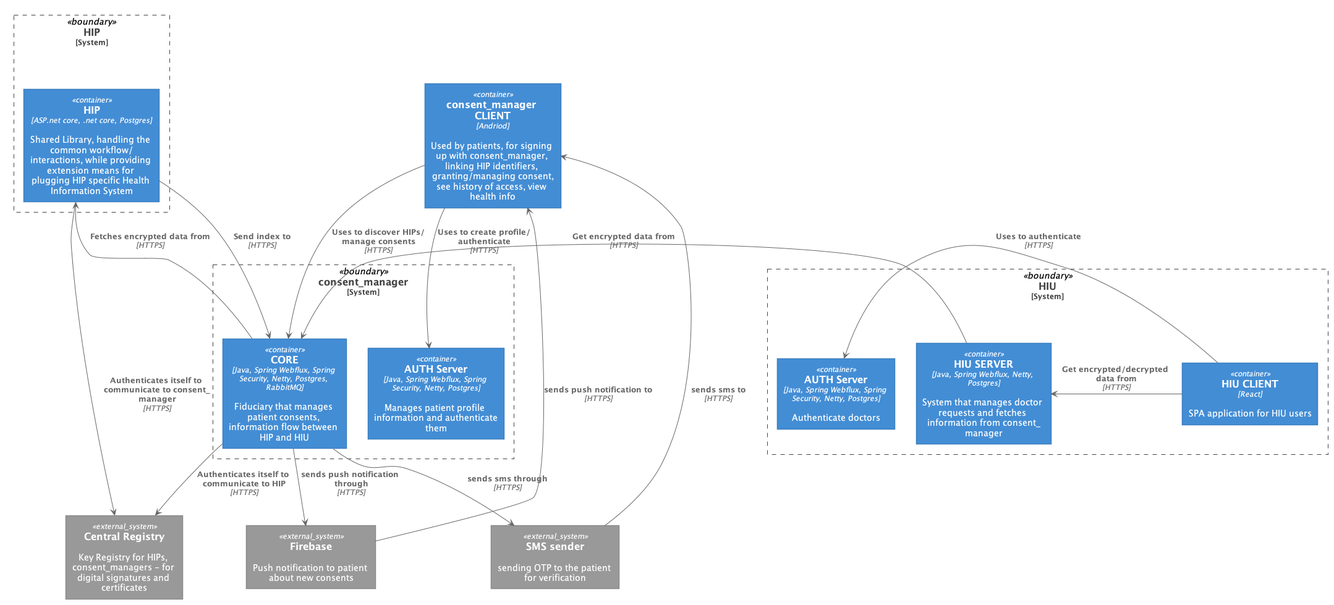
ProjectEKA/consent-manager keeps this PlantUML diagram as docs/diagrams/architecture.png. Above is the earlier version.
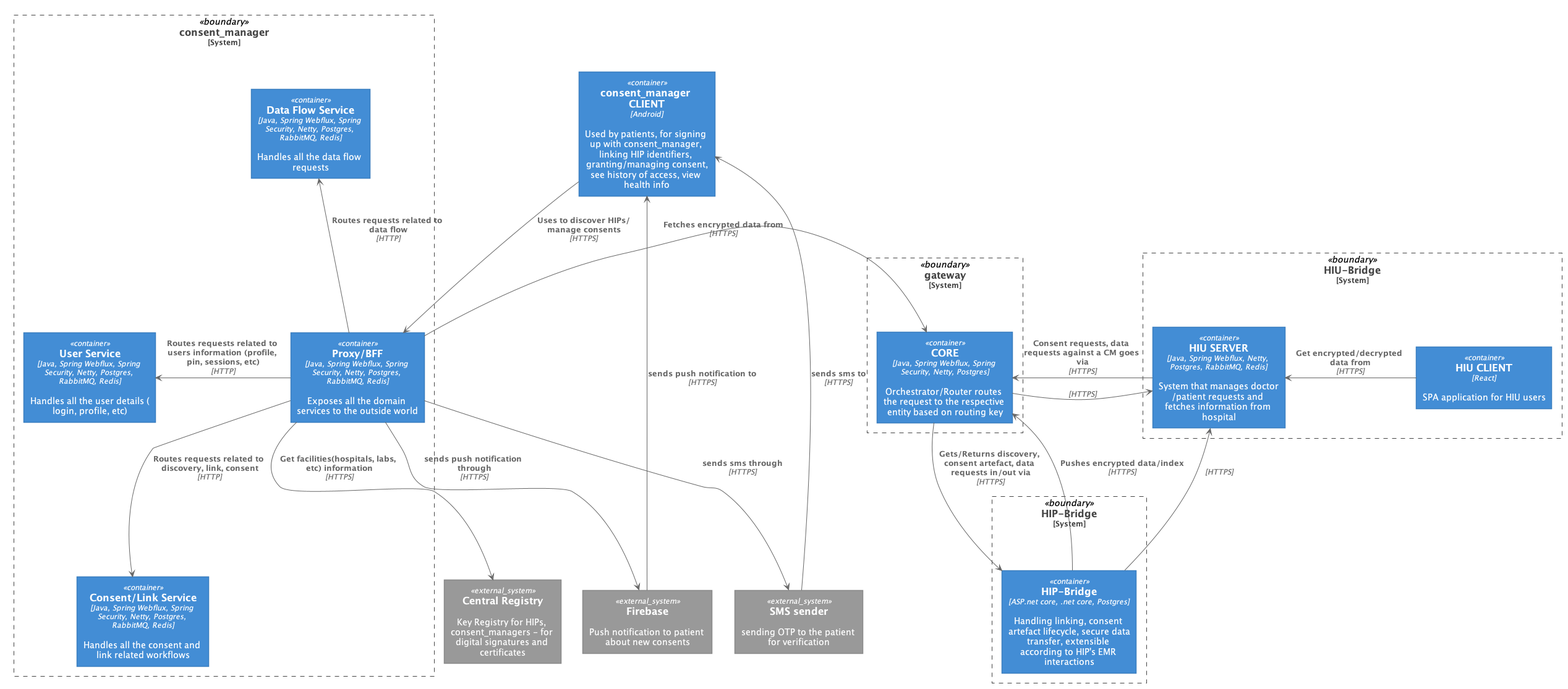
The same file after the commit.

Change to the diagram source:
```diff
@@ -137,20 +137,25 @@
 
 top to bottom direction
 
-rectangle "==consent_manager CLIENT\n//<size:12>[Andriod]</size>//\n\n Used by patients, for signing up with consent_manager, linking HIP identifiers, granting/managing consent, see history of access, view health info" <<container>> as consent_manager_client
+rectangle "==consent_manager CLIENT\n//<size:12>[Android]</size>//\n\n Used by patients, for signing up with consent_manager, linking HIP identifiers, granting/managing consent, see history of access, view health info" <<container>> as consent_manager_client
 
 rectangle "==consent_manager\n<size:12>[System]</size>" <<boundary>> as c1 {
-    rectangle "==AUTH Server\n//<size:12>[Java, Spring Webflux, Spring Security, Netty, Postgres]</size>//\n\n Manages patient profile information and authenticate them" <<container>> as consent_manager_auth
-    rectangle "==CORE\n//<size:12>[Java, Spring Webflux, Spring Security, Netty, Postgres, RabbitMQ]</size>//\n\n Fiduciary that manages patient consents, information flow between HIP and HIU" <<container>> as consent_manager_core
+    rectangle "==Proxy/BFF\n//<size:12>[Java, Spring Webflux, Spring Security, Netty, Postgres, RabbitMQ, Redis]</size>//\n\n Exposes all the domain services to the outside world" <<container>> as consent_manager_proxy
+    rectangle "==Consent/Link Service\n//<size:12>[Java, Spring Webflux, Spring Security, Netty, Postgres, RabbitMQ, Redis]</size>//\n\n Handles all the consent and link related workflows" <<container>> as consent_manager_consent
+    rectangle "==User Service\n//<size:12>[Java, Spring Webflux, Spring Security, Netty, Postgres, RabbitMQ, Redis]</size>//\n\n Handles all the user details (login, profile, etc)" <<container>> as consent_manager_user
+    rectangle "==Data Flow Service\n//<size:12>[Java, Spring Webflux, Spring Security, Netty, Postgres, RabbitMQ, Redis]</size>//\n\n Handles all the data flow requests" <<container>> as consent_manager_data_flow
 }
 
-rectangle "==HIP\n<size:12>[System]</size>" <<boundary>> as c2 {
-    rectangle "==HIP\n//<size:12>[ASP.net core, .net core, Postgres]</size>//\n\n Shared Library, handling the common workflow/interactions, while providing extension means for plugging HIP specific Health Information System" <<container>> as hip
+rectangle "==gateway\n<size:12>[System]</size>" <<boundary>> as c2 {
+    rectangle "==CORE\n//<size:12>[Java, Spring Webflux, Spring Security, Netty, Postgres]</size>//\n\n Orchestrator/Router routes the request to the respective entity based on routing key" <<container>> as gateway_core
 }
 
-rectangle "==HIU\n<size:12>[System]</size>" <<boundary>> as c3 {
-    rectangle "==AUTH Server\n//<size:12>[Java, Spring Webflux, Spring Security, Netty, Postgres]</size>//\n\n Authenticate doctors" <<container>> as hiu_auth
-    rectangle "==HIU SERVER\n//<size:12>[Java, Spring Webflux, Netty, Postgres]</size>//\n\n System that manages doctor requests and fetches information from consent_manager" <<container>> as hiu_server
+rectangle "==HIP-Bridge\n<size:12>[System]</size>" <<boundary>> as c3 {
+    rectangle "==HIP-Bridge\n//<size:12>[ASP.net core, .net core, Postgres]</size>//\n\n Handling linking, consent artefact lifecycle, secure data transfer, extensible according to HIP's EMR interactions" <<container>> as hip
+}
+
+rectangle "==HIU-Bridge\n<size:12>[System]</size>" <<boundary>> as c4 {
+    rectangle "==HIU SERVER\n//<size:12>[Java, Spring Webflux, Netty, Postgres, RabbitMQ, Redis]</size>//\n\n System that manages doctor/patient requests and fetches information from hospital" <<container>> as hiu_server
     rectangle "==HIU CLIENT\n//<size:12>[React]</size>//\n\n SPA application for HIU users" <<container>> as hiu_client
 }
 
@@ -158,17 +163,20 @@
 rectangle "==Firebase\n\n Push notification to patient about new consents" <<external_system>> as firebase
 rectangle "==SMS sender\n\n sending OTP to the patient for verification" <<external_system>> as sms_service
 
-consent_manager_client -DOWN-> consent_manager_auth : "===Uses to create profile/authenticate\n//<size:12>[HTTPS]</size>//"
-consent_manager_client -DOWN-> consent_manager_core : "===Uses to discover HIPs/manage consents\n//<size:12>[HTTPS]</size>//"
-consent_manager_core -LEFT-> hip : "===Fetches encrypted data from\n//<size:12>[HTTPS]</size>//"
-hip --> consent_manager_core : "===Send index to\n//<size:12>[HTTPS]</size>//"
-hiu_server -LEFT-> consent_manager_core : "===Get encrypted data from\n//<size:12>[HTTPS]</size>//"
+consent_manager_client -DOWN-> consent_manager_proxy : "===Uses to discover HIPs/manage consents\n//<size:12>[HTTPS]</size>//"
+consent_manager_proxy -LEFT-> gateway_core : "===Fetches encrypted data from\n//<size:12>[HTTPS]</size>//"
+gateway_core --> hip : "===Gets/Returns discovery, consent artefact, data requests in/out via\n//<size:12>[HTTPS]</size>//"
+hip --> gateway_core : "===Pushes encrypted data/index\n//<size:12>[HTTPS]</size>//"
+hiu_server -LEFT-> gateway_core : "===Consent requests, data requests against a CM goes via\n//<size:12>[HTTPS]</size>//"
+hip -UP-> hiu_server : "=== \n//<size:12>[HTTPS]</size>//"
+gateway_core -LEFT-> hiu_server : "=== \n//<size:12>[HTTPS]</size>//"
 hiu_client -LEFT-> hiu_server : "===Get encrypted/decrypted data from\n//<size:12>[HTTPS]</size>//"
-hiu_client -LEFT-> hiu_auth : "===Uses to authenticate\n//<size:12>[HTTPS]</size>//"
-hip -DOWN-> registry : "===Authenticates itself to communicate to consent_manager\n//<size:12>[HTTPS]</size>//"
-consent_manager_core -DOWN-> registry : "===Authenticates itself to communicate to HIP\n//<size:12>[HTTPS]</size>//"
-consent_manager_core -DOWN-> firebase : "===sends push notification through\n//<size:12>[HTTPS]</size>//"
-consent_manager_core -DOWN-> sms_service : "===sends sms through\n//<size:12>[HTTPS]</size>//"
+consent_manager_proxy -DOWN-> registry : "===Get facilities(hospitals, labs, etc) information\n//<size:12>[HTTPS]</size>//"
+consent_manager_proxy -LEFT-> consent_manager_user : "===Routes requests related to users information (profile, pin, sessions, etc)\n//<size:12>[HTTP]</size>//"
+consent_manager_proxy -DOWN-> consent_manager_consent : "===Routes requests related to discovery, link, consent\n//<size:12>[HTTP]</size>//"
+consent_manager_proxy -UP-> consent_manager_data_flow : "===Routes requests related to data flow\n//<size:12>[HTTP]</size>//"
+consent_manager_proxy -DOWN-> firebase : "===sends push notification through\n//<size:12>[HTTPS]</size>//"
+consent_manager_proxy -DOWN-> sms_service : "===sends sms through\n//<size:12>[HTTPS]</size>//"
 firebase -UP-> consent_manager_client : "===sends push notification to\n//<size:12>[HTTPS]</size>//"
 sms_service -UP-> consent_manager_client : "===sends sms to\n//<size:12>[HTTPS]</size>//"
 
```
